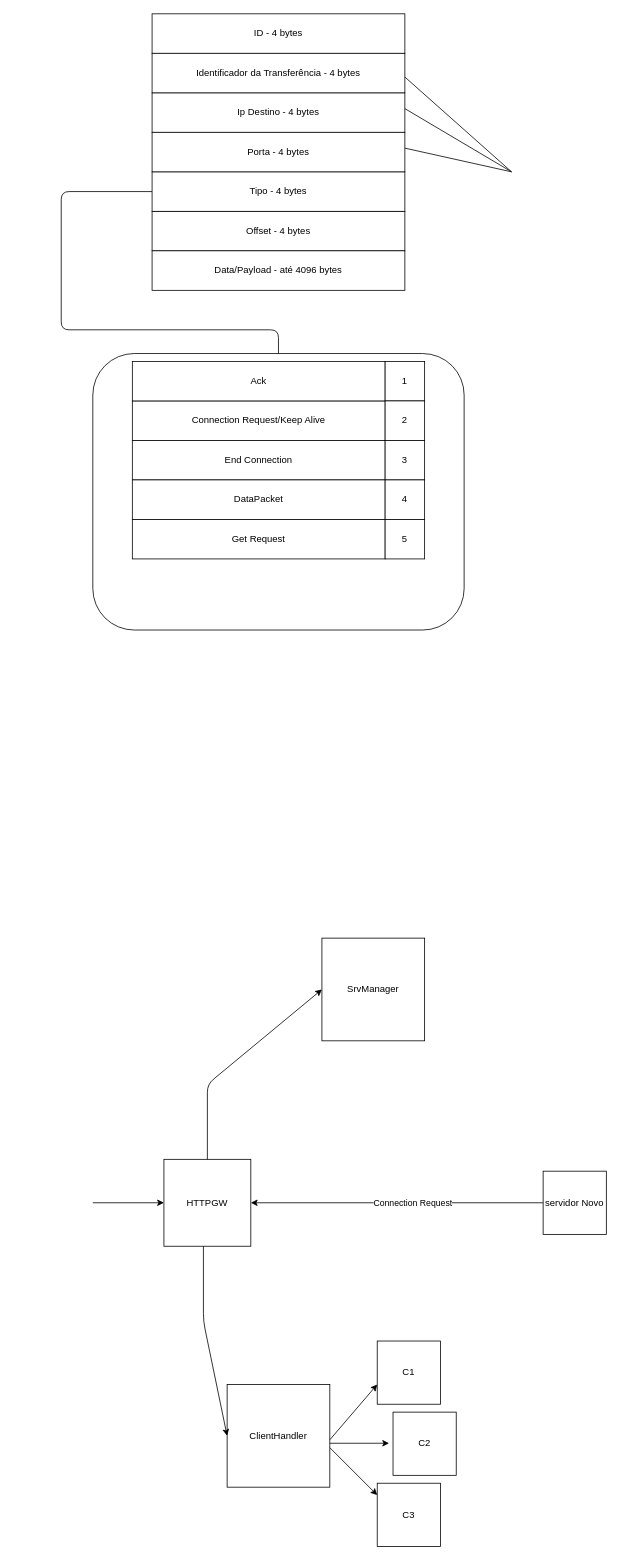
This is FSChunkProtocol.drawio from JoaoSG56/CC-2020-2021, a draw.io file, before an edit. Source tidied: cells renumbered, new cells numbered last; positions are measured from the earlier drawing's top-left corner, leaving out a move shared by most shapes. Both pictures are drawn from the tidied source at 79%, with x=0, y=0 at pixel (61, 13).
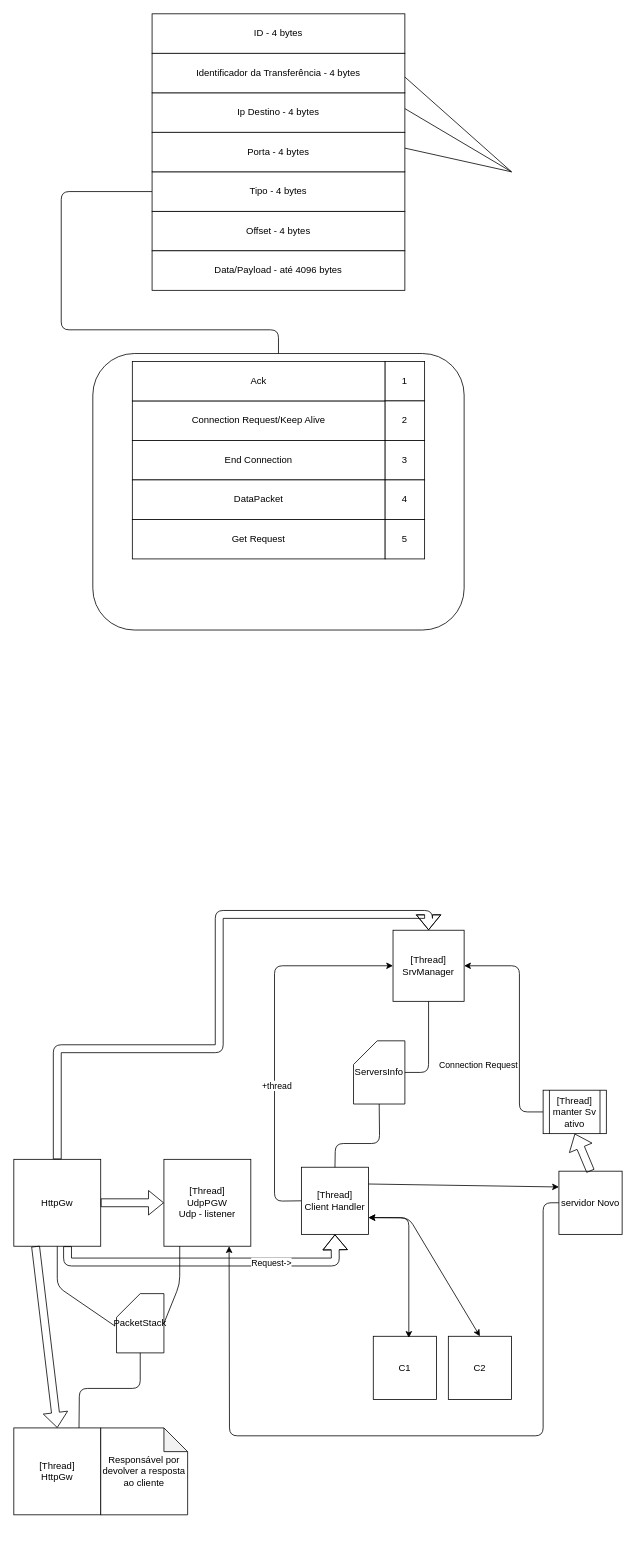
The same diagram, later.

Change to the diagram source:
```diff
@@
-    <mxCell id="24" value="HTTPGW" style="whiteSpace=wrap;html=1;fillColor=#ffffff;" parent="1" vertex="1">
+    <mxCell id="24" value="[Thread]&lt;br&gt;UdpPGW&lt;br&gt;Udp - listener" style="whiteSpace=wrap;html=1;fillColor=#ffffff;" parent="1" vertex="1">
       <mxGeometry x="130" y="1450" width="110" height="110" as="geometry" />
     </mxCell>
-    <mxCell id="25" value="SrvManager" style="whiteSpace=wrap;html=1;fillColor=#ffffff;" parent="1" vertex="1">
-      <mxGeometry x="330" y="1170" width="130" height="130" as="geometry" />
+    <mxCell id="25" value="[Thread]&lt;br&gt;SrvManager" style="whiteSpace=wrap;html=1;fillColor=#ffffff;" parent="1" vertex="1">
+      <mxGeometry x="420" y="1160" width="90" height="90" as="geometry" />
     </mxCell>
-    <mxCell id="26" value="ClientHandler" style="whiteSpace=wrap;html=1;fillColor=#ffffff;" parent="1" vertex="1">
-      <mxGeometry x="210" y="1735" width="130" height="130" as="geometry" />
-    </mxCell>
-    <mxCell id="27" style="endArrow=classic;html=1;exitX=0.5;exitY=0;exitDx=0;exitDy=0;entryX=0;entryY=0.5;entryDx=0;entryDy=0;" parent="1" edge="1" source="24" target="25">
+    <mxCell id="27" style="endArrow=classic;html=1;exitX=0;exitY=0.5;exitDx=0;exitDy=0;entryX=0;entryY=0.5;entryDx=0;entryDy=0;" parent="1" edge="1" source="42" target="25">
       <mxGeometry relative="1" as="geometry">
         <Array as="points">
-          <mxPoint x="185" y="1355" />
+          <mxPoint x="270" y="1503" />
+          <mxPoint x="270" y="1205" />
         </Array>
       </mxGeometry>
     </mxCell>
-    <mxCell id="28" style="endArrow=classic;html=1;exitX=0.5;exitY=0;exitDx=0;exitDy=0;entryX=0;entryY=0.5;entryDx=0;entryDy=0;" parent="1" edge="1" target="26">
-      <mxGeometry relative="1" as="geometry">
-        <mxPoint x="180" y="1560" as="sourcePoint" />
-        <Array as="points">
-          <mxPoint x="180" y="1655" />
-        </Array>
-      </mxGeometry>
-    </mxCell>
-    <mxCell id="29" style="endArrow=classic;html=1;entryX=0;entryY=0.5;entryDx=0;entryDy=0;" parent="1" edge="1" target="24">
-      <mxGeometry relative="1" as="geometry">
-        <mxPoint x="40" y="1505" as="sourcePoint" />
-      </mxGeometry>
-    </mxCell>
-    <mxCell id="30" style="endArrow=classic;html=1;" parent="1" edge="1">
-      <mxGeometry relative="1" as="geometry">
-        <mxPoint x="340" y="1805" as="sourcePoint" />
-        <mxPoint x="400" y="1735" as="targetPoint" />
-      </mxGeometry>
-    </mxCell>
-    <mxCell id="31" style="endArrow=classic;html=1;" parent="1" edge="1">
-      <mxGeometry relative="1" as="geometry">
-        <mxPoint x="340" y="1809.4" as="sourcePoint" />
-        <mxPoint x="415" y="1809.4" as="targetPoint" />
-      </mxGeometry>
-    </mxCell>
-    <mxCell id="32" style="endArrow=classic;html=1;" parent="1" edge="1">
-      <mxGeometry relative="1" as="geometry">
-        <mxPoint x="340" y="1815" as="sourcePoint" />
-        <mxPoint x="400" y="1875" as="targetPoint" />
-      </mxGeometry>
-    </mxCell>
+    <mxCell id="39" value="+thread" style="edgeLabel;html=1;align=center;verticalAlign=middle;" parent="27" vertex="1">
+      <mxGeometry x="-0.25" y="-2" relative="1" as="geometry" />
+    </mxCell>
     <mxCell id="33" value="C1" style="whiteSpace=wrap;html=1;fillColor=#ffffff;" parent="1" vertex="1">
-      <mxGeometry x="400" y="1680" width="80" height="80" as="geometry" />
+      <mxGeometry x="395" y="1674" width="80" height="80" as="geometry" />
     </mxCell>
     <mxCell id="34" value="C2" style="whiteSpace=wrap;html=1;fillColor=#ffffff;" parent="1" vertex="1">
-      <mxGeometry x="420" y="1770" width="80" height="80" as="geometry" />
+      <mxGeometry x="490" y="1674" width="80" height="80" as="geometry" />
     </mxCell>
-    <mxCell id="35" value="C3" style="whiteSpace=wrap;html=1;fillColor=#ffffff;" parent="1" vertex="1">
-      <mxGeometry x="400" y="1860" width="80" height="80" as="geometry" />
-    </mxCell>
     <mxCell id="36" value="servidor Novo" style="whiteSpace=wrap;html=1;fillColor=#ffffff;" parent="1" vertex="1">
-      <mxGeometry x="610" y="1465" width="80" height="80" as="geometry" />
+      <mxGeometry x="630" y="1465" width="80" height="80" as="geometry" />
     </mxCell>
-    <mxCell id="37" style="endArrow=classic;html=1;entryX=1;entryY=0.5;entryDx=0;entryDy=0;exitX=0;exitY=0.5;exitDx=0;exitDy=0;" parent="1" edge="1" source="36" target="24">
-      <mxGeometry relative="1" as="geometry" />
+    <mxCell id="37" style="endArrow=classic;html=1;entryX=1;entryY=0.5;entryDx=0;entryDy=0;exitX=0;exitY=0.5;exitDx=0;exitDy=0;" parent="1" edge="1" source="40" target="25">
+      <mxGeometry relative="1" as="geometry">
+        <Array as="points">
+          <mxPoint x="580" y="1390" />
+          <mxPoint x="580" y="1205" />
+        </Array>
+      </mxGeometry>
     </mxCell>
@@
+    <mxCell id="40" value="[Thread] manter Sv ativo" style="shape=process;whiteSpace=wrap;html=1;backgroundOutline=1;" parent="1" vertex="1">
+      <mxGeometry x="610" y="1362.5" width="80" height="55" as="geometry" />
+    </mxCell>
+    <mxCell id="41" value="HttpGw" style="whiteSpace=wrap;html=1;" parent="1" vertex="1">
+      <mxGeometry x="-60" y="1450" width="110" height="110" as="geometry" />
+    </mxCell>
+    <mxCell id="42" value="[Thread]&lt;br&gt;Client Handler" style="whiteSpace=wrap;html=1;" parent="1" vertex="1">
+      <mxGeometry x="304" y="1460" width="85" height="85" as="geometry" />
+    </mxCell>
+    <mxCell id="43" value="ServersInfo" style="shape=card;whiteSpace=wrap;html=1;" parent="1" vertex="1">
+      <mxGeometry x="370" y="1300" width="65" height="80" as="geometry" />
+    </mxCell>
+    <mxCell id="44" style="endArrow=none;html=1;entryX=0.5;entryY=1;entryDx=0;entryDy=0;entryPerimeter=0;exitX=0.5;exitY=0;exitDx=0;exitDy=0;" parent="1" edge="1" source="42" target="43">
+      <mxGeometry relative="1" as="geometry">
+        <Array as="points">
+          <mxPoint x="347" y="1430" />
+          <mxPoint x="403" y="1430" />
+        </Array>
+      </mxGeometry>
+    </mxCell>
+    <mxCell id="45" style="endArrow=none;html=1;entryX=0.5;entryY=1;entryDx=0;entryDy=0;exitX=1;exitY=0.5;exitDx=0;exitDy=0;exitPerimeter=0;" parent="1" edge="1" source="43" target="25">
+      <mxGeometry relative="1" as="geometry">
+        <Array as="points">
+          <mxPoint x="465" y="1340" />
+        </Array>
+      </mxGeometry>
+    </mxCell>
+    <mxCell id="46" style="shape=flexArrow;endArrow=classic;html=1;entryX=0;entryY=0.5;entryDx=0;entryDy=0;exitX=1;exitY=0.5;exitDx=0;exitDy=0;" parent="1" edge="1" source="41" target="24">
+      <mxGeometry relative="1" as="geometry" />
+    </mxCell>
+    <mxCell id="47" style="shape=flexArrow;endArrow=classic;html=1;entryX=0.5;entryY=1;entryDx=0;entryDy=0;exitX=0.618;exitY=1;exitDx=0;exitDy=0;exitPerimeter=0;" parent="1" edge="1" source="41" target="42">
+      <mxGeometry relative="1" as="geometry">
+        <Array as="points">
+          <mxPoint x="8" y="1580" />
+          <mxPoint x="347" y="1580" />
+        </Array>
+      </mxGeometry>
+    </mxCell>
+    <mxCell id="48" value="Request-&amp;gt;" style="edgeLabel;html=1;align=center;verticalAlign=middle;" parent="47" vertex="1">
+      <mxGeometry x="0.41" relative="1" as="geometry" />
+    </mxCell>
+    <mxCell id="49" style="shape=flexArrow;endArrow=classic;html=1;exitX=0.5;exitY=0;exitDx=0;exitDy=0;entryX=0.5;entryY=0;entryDx=0;entryDy=0;" parent="1" edge="1" source="41" target="25">
+      <mxGeometry relative="1" as="geometry">
+        <Array as="points">
+          <mxPoint x="-5" y="1310" />
+          <mxPoint x="200" y="1310" />
+          <mxPoint x="200" y="1140" />
+          <mxPoint x="465" y="1140" />
+        </Array>
+      </mxGeometry>
+    </mxCell>
+    <mxCell id="50" style="shape=flexArrow;endArrow=classic;html=1;exitX=0.5;exitY=0;exitDx=0;exitDy=0;entryX=0.5;entryY=1;entryDx=0;entryDy=0;" parent="1" edge="1" source="36" target="40">
+      <mxGeometry relative="1" as="geometry" />
+    </mxCell>
+    <mxCell id="51" style="endArrow=classic;startArrow=classic;html=1;exitX=1;exitY=0.75;exitDx=0;exitDy=0;" parent="1" edge="1" source="42">
+      <mxGeometry relative="1" as="geometry">
+        <mxPoint x="440" y="1676" as="targetPoint" />
+        <Array as="points">
+          <mxPoint x="440" y="1524" />
+        </Array>
+      </mxGeometry>
+    </mxCell>
+    <mxCell id="52" style="endArrow=classic;startArrow=classic;html=1;exitX=1;exitY=0.75;exitDx=0;exitDy=0;entryX=0.5;entryY=0;entryDx=0;entryDy=0;" parent="1" edge="1" source="42" target="34">
+      <mxGeometry relative="1" as="geometry">
+        <Array as="points">
+          <mxPoint x="440" y="1524" />
+        </Array>
+      </mxGeometry>
+    </mxCell>
+    <mxCell id="53" value="[Thread]&lt;br&gt;HttpGw" style="whiteSpace=wrap;html=1;" parent="1" vertex="1">
+      <mxGeometry x="-60" y="1790" width="110" height="110" as="geometry" />
+    </mxCell>
+    <mxCell id="54" style="shape=flexArrow;endArrow=classic;html=1;entryX=0.5;entryY=0;entryDx=0;entryDy=0;exitX=0.25;exitY=1;exitDx=0;exitDy=0;" parent="1" edge="1" source="41" target="53">
+      <mxGeometry relative="1" as="geometry" />
+    </mxCell>
+    <mxCell id="55" value="Responsável por devolver a resposta ao cliente" style="shape=note;whiteSpace=wrap;html=1;backgroundOutline=1;darkOpacity=0.05;" parent="1" vertex="1">
+      <mxGeometry x="50" y="1790" width="110" height="110" as="geometry" />
+    </mxCell>
+    <mxCell id="56" value="PacketStack" style="shape=card;whiteSpace=wrap;html=1;" parent="1" vertex="1">
+      <mxGeometry x="70" y="1620" width="60" height="75" as="geometry" />
+    </mxCell>
+    <mxCell id="57" style="endArrow=none;html=1;entryX=0.5;entryY=1;entryDx=0;entryDy=0;exitX=-0.033;exitY=0.547;exitDx=0;exitDy=0;exitPerimeter=0;" parent="1" edge="1" source="56" target="41">
+      <mxGeometry relative="1" as="geometry">
+        <Array as="points">
+          <mxPoint x="-5" y="1611" />
+        </Array>
+      </mxGeometry>
+    </mxCell>
+    <mxCell id="58" style="endArrow=none;html=1;exitX=1;exitY=0.5;exitDx=0;exitDy=0;exitPerimeter=0;entryX=0.182;entryY=1;entryDx=0;entryDy=0;entryPerimeter=0;" parent="1" edge="1" source="56" target="24">
+      <mxGeometry relative="1" as="geometry">
+        <Array as="points">
+          <mxPoint x="150" y="1608" />
+        </Array>
+      </mxGeometry>
+    </mxCell>
+    <mxCell id="59" style="endArrow=none;html=1;entryX=0.5;entryY=1;entryDx=0;entryDy=0;entryPerimeter=0;exitX=0.75;exitY=0;exitDx=0;exitDy=0;" parent="1" edge="1" source="53" target="56">
+      <mxGeometry relative="1" as="geometry">
+        <Array as="points">
+          <mxPoint x="23" y="1740" />
+          <mxPoint x="100" y="1740" />
+        </Array>
+      </mxGeometry>
+    </mxCell>
+    <mxCell id="60" style="endArrow=classic;html=1;entryX=0;entryY=0.25;entryDx=0;entryDy=0;exitX=1;exitY=0.25;exitDx=0;exitDy=0;" parent="1" edge="1" source="42" target="36">
+      <mxGeometry relative="1" as="geometry" />
+    </mxCell>
+    <mxCell id="61" style="endArrow=classic;html=1;exitX=0;exitY=0.5;exitDx=0;exitDy=0;entryX=0.75;entryY=1;entryDx=0;entryDy=0;" parent="1" edge="1" source="36" target="24">
+      <mxGeometry relative="1" as="geometry">
+        <Array as="points">
+          <mxPoint x="610" y="1505" />
+          <mxPoint x="610" y="1800" />
+          <mxPoint x="213" y="1800" />
+        </Array>
+      </mxGeometry>
+    </mxCell>
```
